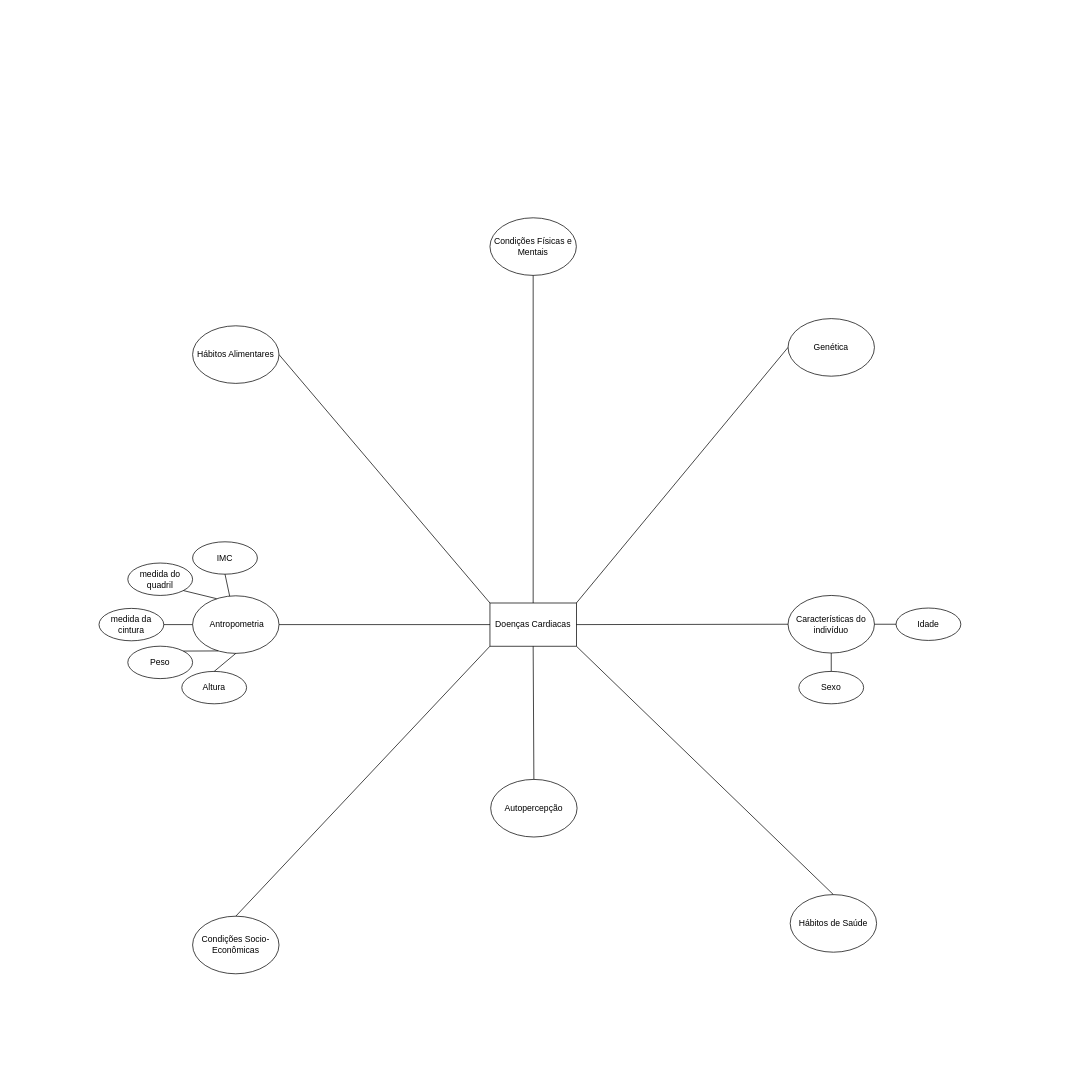
Above: Adicionais/Diagrama sem nome.drawio in lay127/MD_DoencasCardiacas (draw.io), before the change. Source tidied: cells renumbered, new cells numbered last; positions are measured from the earlier drawing's top-left corner, leaving out a move shared by most shapes. Both pictures are drawn from the tidied source at 72%, with x=0, y=0 at pixel (99, 217).
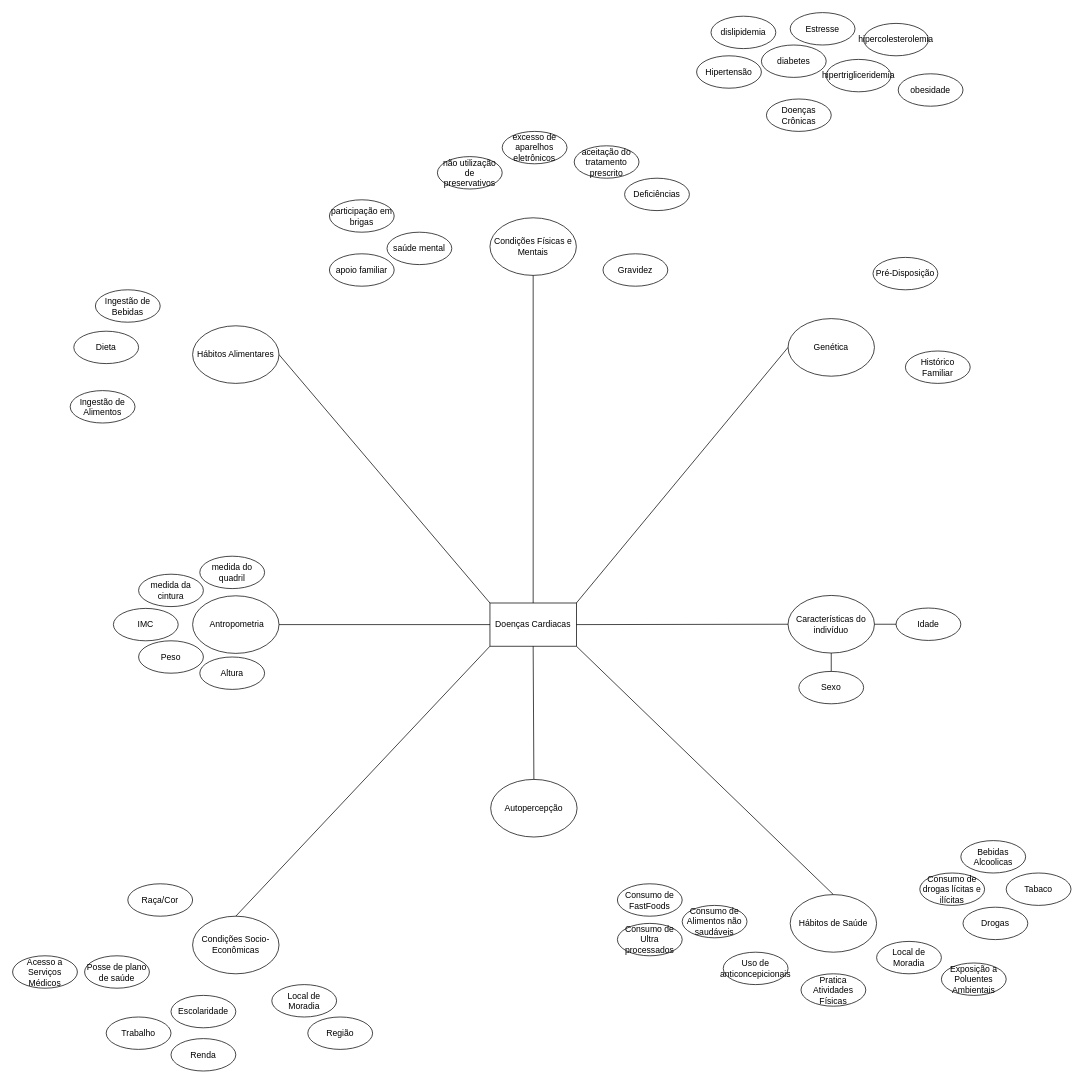
The same diagram, later.

What changed in the source:
```diff
@@
-    <mxCell id="2" value="Doenças Cardiacas" style="rounded=0;whiteSpace=wrap;html=1;" parent="1" vertex="1">
+    <mxCell id="2" value="Doenças Cardiacas" style="rounded=0;whiteSpace=wrap;html=1;fontStyle=0;" parent="1" vertex="1">
       <mxGeometry x="543" y="535" width="120" height="60" as="geometry" />
     </mxCell>
-    <mxCell id="3" value="&amp;nbsp;Antropometria" style="ellipse;whiteSpace=wrap;html=1;" parent="1" vertex="1">
+    <mxCell id="3" value="&amp;nbsp;Antropometria" style="ellipse;whiteSpace=wrap;html=1;fontStyle=0;" parent="1" vertex="1">
       <mxGeometry x="130" y="525" width="120" height="80" as="geometry" />
     </mxCell>
-    <mxCell id="4" value="Sexo" style="ellipse;whiteSpace=wrap;html=1;" parent="1" vertex="1">
+    <mxCell id="4" value="Sexo" style="ellipse;whiteSpace=wrap;html=1;fontStyle=0;" parent="1" vertex="1">
       <mxGeometry x="972" y="630" width="90" height="45" as="geometry" />
     </mxCell>
-    <mxCell id="5" value="Idade" style="ellipse;whiteSpace=wrap;html=1;" parent="1" vertex="1">
+    <mxCell id="5" value="Idade" style="ellipse;whiteSpace=wrap;html=1;fontStyle=0;" parent="1" vertex="1">
       <mxGeometry x="1107" y="542" width="90" height="45" as="geometry" />
     </mxCell>
-    <mxCell id="6" value="Peso" style="ellipse;whiteSpace=wrap;html=1;" parent="1" vertex="1">
-      <mxGeometry x="40" y="595" width="90" height="45" as="geometry" />
+    <mxCell id="6" value="Peso" style="ellipse;whiteSpace=wrap;html=1;fontStyle=0;" parent="1" vertex="1">
+      <mxGeometry x="55" y="587.5" width="90" height="45" as="geometry" />
     </mxCell>
-    <mxCell id="7" value="Altura" style="ellipse;whiteSpace=wrap;html=1;" parent="1" vertex="1">
-      <mxGeometry x="115" y="630" width="90" height="45" as="geometry" />
+    <mxCell id="7" value="Altura" style="ellipse;whiteSpace=wrap;html=1;fontStyle=0;" parent="1" vertex="1">
+      <mxGeometry x="140" y="610" width="90" height="45" as="geometry" />
     </mxCell>
-    <mxCell id="8" value="medida da cintura" style="ellipse;whiteSpace=wrap;html=1;" parent="1" vertex="1">
-      <mxGeometry y="542.5" width="90" height="45" as="geometry" />
+    <mxCell id="8" value="medida da cintura" style="ellipse;whiteSpace=wrap;html=1;fontStyle=0;" parent="1" vertex="1">
+      <mxGeometry x="55" y="495" width="90" height="45" as="geometry" />
     </mxCell>
-    <mxCell id="9" value="IMC" style="ellipse;whiteSpace=wrap;html=1;" parent="1" vertex="1">
-      <mxGeometry x="130" y="450" width="90" height="45" as="geometry" />
+    <mxCell id="9" value="IMC" style="ellipse;whiteSpace=wrap;html=1;fontStyle=0;" parent="1" vertex="1">
+      <mxGeometry x="20" y="542.5" width="90" height="45" as="geometry" />
     </mxCell>
-    <mxCell id="10" value="medida do quadril" style="ellipse;whiteSpace=wrap;html=1;" parent="1" vertex="1">
-      <mxGeometry x="40" y="479.5" width="90" height="45" as="geometry" />
+    <mxCell id="10" value="medida do quadril" style="ellipse;whiteSpace=wrap;html=1;fontStyle=0;" parent="1" vertex="1">
+      <mxGeometry x="140" y="470" width="90" height="45" as="geometry" />
     </mxCell>
-    <mxCell id="11" style="endArrow=none;html=1;rounded=0;entryX=0;entryY=0.5;entryDx=0;entryDy=0;exitX=1;exitY=0.5;exitDx=0;exitDy=0;" parent="1" edge="1" source="3" target="2">
+    <mxCell id="11" style="endArrow=none;html=1;rounded=0;entryX=0;entryY=0.5;entryDx=0;entryDy=0;exitX=1;exitY=0.5;exitDx=0;exitDy=0;fontStyle=0;" parent="1" edge="1" source="3" target="2">
       <mxGeometry relative="1" as="geometry" />
     </mxCell>
-    <mxCell id="12" style="endArrow=none;html=1;rounded=0;entryX=0.5;entryY=1;entryDx=0;entryDy=0;" parent="1" edge="1" source="3" target="9">
-      <mxGeometry relative="1" as="geometry" />
-    </mxCell>
-    <mxCell id="13" style="endArrow=none;html=1;rounded=0;entryX=1;entryY=1;entryDx=0;entryDy=0;exitX=0.278;exitY=0.05;exitDx=0;exitDy=0;exitPerimeter=0;" parent="1" edge="1" source="3" target="10">
-      <mxGeometry relative="1" as="geometry" />
-    </mxCell>
-    <mxCell id="14" style="endArrow=none;html=1;rounded=0;entryX=1;entryY=0.5;entryDx=0;entryDy=0;exitX=0;exitY=0.5;exitDx=0;exitDy=0;" parent="1" edge="1" source="3" target="8">
-      <mxGeometry relative="1" as="geometry" />
-    </mxCell>
-    <mxCell id="15" style="endArrow=none;html=1;rounded=0;entryX=0.5;entryY=0;entryDx=0;entryDy=0;exitX=0.5;exitY=1;exitDx=0;exitDy=0;" parent="1" edge="1" source="22" target="4">
+    <mxCell id="15" style="endArrow=none;html=1;rounded=0;entryX=0.5;entryY=0;entryDx=0;entryDy=0;exitX=0.5;exitY=1;exitDx=0;exitDy=0;fontStyle=0;" parent="1" edge="1" source="22" target="4">
       <mxGeometry relative="1" as="geometry" />
     </mxCell>
-    <mxCell id="16" style="endArrow=none;html=1;rounded=0;exitX=1;exitY=0;exitDx=0;exitDy=0;entryX=0.297;entryY=0.957;entryDx=0;entryDy=0;entryPerimeter=0;" parent="1" edge="1" source="6" target="3">
-      <mxGeometry relative="1" as="geometry" />
-    </mxCell>
-    <mxCell id="17" style="endArrow=none;html=1;rounded=0;exitX=0.5;exitY=0;exitDx=0;exitDy=0;entryX=0.5;entryY=1;entryDx=0;entryDy=0;" parent="1" edge="1" source="7" target="3">
-      <mxGeometry relative="1" as="geometry" />
-    </mxCell>
-    <mxCell id="18" value="Hábitos Alimentares" style="ellipse;whiteSpace=wrap;html=1;" parent="1" vertex="1">
+    <mxCell id="18" value="Hábitos Alimentares" style="ellipse;whiteSpace=wrap;html=1;fontStyle=0;" parent="1" vertex="1">
       <mxGeometry x="130" y="150" width="120" height="80" as="geometry" />
     </mxCell>
-    <mxCell id="19" style="endArrow=none;html=1;rounded=0;entryX=1;entryY=0.5;entryDx=0;entryDy=0;exitX=0;exitY=0;exitDx=0;exitDy=0;" parent="1" edge="1" source="2" target="18">
+    <mxCell id="19" style="endArrow=none;html=1;rounded=0;entryX=1;entryY=0.5;entryDx=0;entryDy=0;exitX=0;exitY=0;exitDx=0;exitDy=0;fontStyle=0;" parent="1" edge="1" source="2" target="18">
       <mxGeometry relative="1" as="geometry" />
     </mxCell>
-    <mxCell id="20" value="Condições Físicas e Mentais" style="ellipse;whiteSpace=wrap;html=1;" parent="1" vertex="1">
+    <mxCell id="20" value="Condições Físicas e Mentais" style="ellipse;whiteSpace=wrap;html=1;fontStyle=0;" parent="1" vertex="1">
       <mxGeometry x="543" width="120" height="80" as="geometry" />
     </mxCell>
-    <mxCell id="21" value="Genética" style="ellipse;whiteSpace=wrap;html=1;" parent="1" vertex="1">
+    <mxCell id="21" value="Genética" style="ellipse;whiteSpace=wrap;html=1;fontStyle=0;" parent="1" vertex="1">
       <mxGeometry x="957" y="140" width="120" height="80" as="geometry" />
     </mxCell>
-    <mxCell id="22" value="Características do indivíduo" style="ellipse;whiteSpace=wrap;html=1;" parent="1" vertex="1">
+    <mxCell id="22" value="Características do indivíduo" style="ellipse;whiteSpace=wrap;html=1;fontStyle=0;" parent="1" vertex="1">
       <mxGeometry x="957" y="524.5" width="120" height="80" as="geometry" />
     </mxCell>
-    <mxCell id="23" value="Hábitos de Saúde" style="ellipse;whiteSpace=wrap;html=1;" parent="1" vertex="1">
+    <mxCell id="23" value="Hábitos de Saúde" style="ellipse;whiteSpace=wrap;html=1;fontStyle=0;" parent="1" vertex="1">
       <mxGeometry x="960" y="940" width="120" height="80" as="geometry" />
     </mxCell>
-    <mxCell id="24" value="Condições Socio-Econômicas" style="ellipse;whiteSpace=wrap;html=1;" parent="1" vertex="1">
+    <mxCell id="24" value="Condições Socio-Econômicas" style="ellipse;whiteSpace=wrap;html=1;fontStyle=0;" parent="1" vertex="1">
       <mxGeometry x="130" y="970" width="120" height="80" as="geometry" />
     </mxCell>
-    <mxCell id="25" style="endArrow=none;html=1;rounded=0;entryX=0;entryY=1;entryDx=0;entryDy=0;exitX=0.5;exitY=0;exitDx=0;exitDy=0;" parent="1" edge="1" source="24" target="2">
+    <mxCell id="25" style="endArrow=none;html=1;rounded=0;entryX=0;entryY=1;entryDx=0;entryDy=0;exitX=0.5;exitY=0;exitDx=0;exitDy=0;fontStyle=0;" parent="1" edge="1" source="24" target="2">
       <mxGeometry relative="1" as="geometry" />
     </mxCell>
-    <mxCell id="26" style="endArrow=none;html=1;rounded=0;entryX=0.5;entryY=1;entryDx=0;entryDy=0;exitX=0.5;exitY=0;exitDx=0;exitDy=0;" parent="1" edge="1" source="2" target="20">
+    <mxCell id="26" style="endArrow=none;html=1;rounded=0;entryX=0.5;entryY=1;entryDx=0;entryDy=0;exitX=0.5;exitY=0;exitDx=0;exitDy=0;fontStyle=0;" parent="1" edge="1" source="2" target="20">
       <mxGeometry relative="1" as="geometry" />
     </mxCell>
-    <mxCell id="27" style="endArrow=none;html=1;rounded=0;entryX=1;entryY=1;entryDx=0;entryDy=0;exitX=0.5;exitY=0;exitDx=0;exitDy=0;" parent="1" edge="1" source="23" target="2">
+    <mxCell id="27" style="endArrow=none;html=1;rounded=0;entryX=1;entryY=1;entryDx=0;entryDy=0;exitX=0.5;exitY=0;exitDx=0;exitDy=0;fontStyle=0;" parent="1" edge="1" source="23" target="2">
       <mxGeometry relative="1" as="geometry" />
     </mxCell>
-    <mxCell id="28" style="endArrow=none;html=1;rounded=0;entryX=1;entryY=0.5;entryDx=0;entryDy=0;exitX=0;exitY=0.5;exitDx=0;exitDy=0;" parent="1" edge="1" source="22" target="2">
+    <mxCell id="28" style="endArrow=none;html=1;rounded=0;entryX=1;entryY=0.5;entryDx=0;entryDy=0;exitX=0;exitY=0.5;exitDx=0;exitDy=0;fontStyle=0;" parent="1" edge="1" source="22" target="2">
       <mxGeometry relative="1" as="geometry" />
     </mxCell>
-    <mxCell id="29" style="endArrow=none;html=1;rounded=0;entryX=1;entryY=0.5;entryDx=0;entryDy=0;exitX=0;exitY=0.5;exitDx=0;exitDy=0;" parent="1" edge="1" source="5" target="22">
+    <mxCell id="29" style="endArrow=none;html=1;rounded=0;entryX=1;entryY=0.5;entryDx=0;entryDy=0;exitX=0;exitY=0.5;exitDx=0;exitDy=0;fontStyle=0;" parent="1" edge="1" source="5" target="22">
       <mxGeometry relative="1" as="geometry" />
     </mxCell>
-    <mxCell id="30" style="endArrow=none;html=1;rounded=0;entryX=0;entryY=0.5;entryDx=0;entryDy=0;exitX=1;exitY=0;exitDx=0;exitDy=0;" parent="1" edge="1" source="2" target="21">
+    <mxCell id="30" style="endArrow=none;html=1;rounded=0;entryX=0;entryY=0.5;entryDx=0;entryDy=0;exitX=1;exitY=0;exitDx=0;exitDy=0;fontStyle=0;" parent="1" edge="1" source="2" target="21">
       <mxGeometry relative="1" as="geometry" />
     </mxCell>
-    <mxCell id="31" value="Autopercepção" style="ellipse;whiteSpace=wrap;html=1;" parent="1" vertex="1">
+    <mxCell id="31" value="Autopercepção" style="ellipse;whiteSpace=wrap;html=1;fontStyle=0;" parent="1" vertex="1">
       <mxGeometry x="544" y="780" width="120" height="80" as="geometry" />
     </mxCell>
-    <mxCell id="32" style="endArrow=none;html=1;rounded=0;entryX=0.5;entryY=1;entryDx=0;entryDy=0;exitX=0.5;exitY=0;exitDx=0;exitDy=0;" parent="1" edge="1" source="31" target="2">
+    <mxCell id="32" style="endArrow=none;html=1;rounded=0;entryX=0.5;entryY=1;entryDx=0;entryDy=0;exitX=0.5;exitY=0;exitDx=0;exitDy=0;fontStyle=0;" parent="1" edge="1" source="31" target="2">
       <mxGeometry relative="1" as="geometry" />
     </mxCell>
+    <mxCell id="33" value="Escolaridade" style="ellipse;whiteSpace=wrap;html=1;fontStyle=0;" parent="1" vertex="1">
+      <mxGeometry x="100" y="1080" width="90" height="45" as="geometry" />
+    </mxCell>
+    <mxCell id="34" value="Região" style="ellipse;whiteSpace=wrap;html=1;fontStyle=0;" parent="1" vertex="1">
+      <mxGeometry x="290" y="1110" width="90" height="45" as="geometry" />
+    </mxCell>
+    <mxCell id="35" value="Renda" style="ellipse;whiteSpace=wrap;html=1;fontStyle=0;" parent="1" vertex="1">
+      <mxGeometry x="100" y="1140" width="90" height="45" as="geometry" />
+    </mxCell>
+    <mxCell id="36" value="Raça/Cor" style="ellipse;whiteSpace=wrap;html=1;fontStyle=0;" parent="1" vertex="1">
+      <mxGeometry x="40" y="925" width="90" height="45" as="geometry" />
+    </mxCell>
+    <mxCell id="37" value="Posse de plano de saúde" style="ellipse;whiteSpace=wrap;html=1;fontStyle=0;" parent="1" vertex="1">
+      <mxGeometry x="-20" y="1025" width="90" height="45" as="geometry" />
+    </mxCell>
+    <mxCell id="38" value="Trabalho" style="ellipse;whiteSpace=wrap;html=1;fontStyle=0;" parent="1" vertex="1">
+      <mxGeometry x="10" y="1110" width="90" height="45" as="geometry" />
+    </mxCell>
+    <mxCell id="39" value="Local de Moradia" style="ellipse;whiteSpace=wrap;html=1;fontStyle=0;" parent="1" vertex="1">
+      <mxGeometry x="240" y="1065" width="90" height="45" as="geometry" />
+    </mxCell>
+    <mxCell id="40" value="Acesso a Serviços Médicos" style="ellipse;whiteSpace=wrap;html=1;fontStyle=0;" parent="1" vertex="1">
+      <mxGeometry x="-120" y="1025" width="90" height="45" as="geometry" />
+    </mxCell>
+    <mxCell id="41" value="Consumo de drogas lícitas e ilícitas" style="ellipse;whiteSpace=wrap;html=1;fontStyle=0;" parent="1" vertex="1">
+      <mxGeometry x="1140" y="910" width="90" height="45" as="geometry" />
+    </mxCell>
+    <mxCell id="42" value="Bebidas Alcoolicas" style="ellipse;whiteSpace=wrap;html=1;fontStyle=0;" parent="1" vertex="1">
+      <mxGeometry x="1197" y="865" width="90" height="45" as="geometry" />
+    </mxCell>
+    <mxCell id="43" value="Drogas" style="ellipse;whiteSpace=wrap;html=1;fontStyle=0;" parent="1" vertex="1">
+      <mxGeometry x="1200" y="957.5" width="90" height="45" as="geometry" />
+    </mxCell>
+    <mxCell id="44" value="Pratica Atividades Físicas" style="ellipse;whiteSpace=wrap;html=1;fontStyle=0;" parent="1" vertex="1">
+      <mxGeometry x="975" y="1050" width="90" height="45" as="geometry" />
+    </mxCell>
+    <mxCell id="45" value="&lt;span class=&quot;notion-enable-hover&quot; style=&quot;&quot;&gt;Exposição a Poluentes Ambientais&lt;/span&gt;" style="ellipse;whiteSpace=wrap;html=1;fontStyle=0;" parent="1" vertex="1">
+      <mxGeometry x="1170" y="1035" width="90" height="45" as="geometry" />
+    </mxCell>
+    <mxCell id="46" value="Consumo de Ultra processados" style="ellipse;whiteSpace=wrap;html=1;fontStyle=0;" parent="1" vertex="1">
+      <mxGeometry x="720" y="980" width="90" height="45" as="geometry" />
+    </mxCell>
+    <mxCell id="47" value="Tabaco" style="ellipse;whiteSpace=wrap;html=1;fontStyle=0;" parent="1" vertex="1">
+      <mxGeometry x="1260" y="910" width="90" height="45" as="geometry" />
+    </mxCell>
+    <mxCell id="48" value="Local de Moradia" style="ellipse;whiteSpace=wrap;html=1;fontStyle=0;" parent="1" vertex="1">
+      <mxGeometry x="1080" y="1005" width="90" height="45" as="geometry" />
+    </mxCell>
+    <mxCell id="49" value="Uso de anticoncepicionais" style="ellipse;whiteSpace=wrap;html=1;fontStyle=0;" parent="1" vertex="1">
+      <mxGeometry x="867" y="1020" width="90" height="45" as="geometry" />
+    </mxCell>
+    <mxCell id="50" value="Dieta" style="ellipse;whiteSpace=wrap;html=1;fontStyle=0;" parent="1" vertex="1">
+      <mxGeometry x="-35" y="157.5" width="90" height="45" as="geometry" />
+    </mxCell>
+    <mxCell id="51" value="participação em brigas" style="ellipse;whiteSpace=wrap;html=1;fontStyle=0;" parent="1" vertex="1">
+      <mxGeometry x="320" y="-25" width="90" height="45" as="geometry" />
+    </mxCell>
+    <mxCell id="52" value="Ingestão de Alimentos" style="ellipse;whiteSpace=wrap;html=1;fontStyle=0;" parent="1" vertex="1">
+      <mxGeometry x="-40" y="240" width="90" height="45" as="geometry" />
+    </mxCell>
+    <mxCell id="53" value="apoio familiar" style="ellipse;whiteSpace=wrap;html=1;fontStyle=0;" parent="1" vertex="1">
+      <mxGeometry x="320" y="50" width="90" height="45" as="geometry" />
+    </mxCell>
+    <mxCell id="54" value="não utilização de preservativos" style="ellipse;whiteSpace=wrap;html=1;fontStyle=0;" parent="1" vertex="1">
+      <mxGeometry x="470" y="-85" width="90" height="45" as="geometry" />
+    </mxCell>
+    <mxCell id="55" value="Ingestão de Bebidas" style="ellipse;whiteSpace=wrap;html=1;fontStyle=0;" parent="1" vertex="1">
+      <mxGeometry x="-5" y="100" width="90" height="45" as="geometry" />
+    </mxCell>
+    <mxCell id="56" value="saúde mental" style="ellipse;whiteSpace=wrap;html=1;fontStyle=0;" parent="1" vertex="1">
+      <mxGeometry x="400" y="20" width="90" height="45" as="geometry" />
+    </mxCell>
+    <mxCell id="57" value="Hipertensão" style="ellipse;whiteSpace=wrap;html=1;fontStyle=0;" parent="1" vertex="1">
+      <mxGeometry x="830" y="-225" width="90" height="45" as="geometry" />
+    </mxCell>
+    <mxCell id="58" value="Deficiências" style="ellipse;whiteSpace=wrap;html=1;fontStyle=0;" parent="1" vertex="1">
+      <mxGeometry x="730" y="-55" width="90" height="45" as="geometry" />
+    </mxCell>
+    <mxCell id="59" value="aceitação do tratamento prescrito" style="ellipse;whiteSpace=wrap;html=1;fontStyle=0;" parent="1" vertex="1">
+      <mxGeometry x="660" y="-100" width="90" height="45" as="geometry" />
+    </mxCell>
+    <mxCell id="60" value="excesso de aparelhos eletrônicos" style="ellipse;whiteSpace=wrap;html=1;fontStyle=0;" parent="1" vertex="1">
+      <mxGeometry x="560" y="-120" width="90" height="45" as="geometry" />
+    </mxCell>
+    <mxCell id="61" value="Gravidez" style="ellipse;whiteSpace=wrap;html=1;fontStyle=0;" parent="1" vertex="1">
+      <mxGeometry x="700" y="50" width="90" height="45" as="geometry" />
+    </mxCell>
+    <mxCell id="62" value="Histórico Familiar" style="ellipse;whiteSpace=wrap;html=1;fontStyle=0;" parent="1" vertex="1">
+      <mxGeometry x="1120" y="185" width="90" height="45" as="geometry" />
+    </mxCell>
+    <mxCell id="63" value="Pré-Disposição" style="ellipse;whiteSpace=wrap;html=1;fontStyle=0;" parent="1" vertex="1">
+      <mxGeometry x="1075" y="55" width="90" height="45" as="geometry" />
+    </mxCell>
+    <mxCell id="64" value="Doenças Crônicas" style="ellipse;whiteSpace=wrap;html=1;fontStyle=0;" parent="1" vertex="1">
+      <mxGeometry x="927" y="-165" width="90" height="45" as="geometry" />
+    </mxCell>
+    <mxCell id="65" value="Estresse" style="ellipse;whiteSpace=wrap;html=1;fontStyle=0;" parent="1" vertex="1">
+      <mxGeometry x="960" y="-285" width="90" height="45" as="geometry" />
+    </mxCell>
+    <mxCell id="66" value="&lt;span class=&quot;notion-enable-hover&quot; style=&quot;&quot;&gt;dislipidemia&lt;/span&gt;" style="ellipse;whiteSpace=wrap;html=1;fontStyle=0;" parent="1" vertex="1">
+      <mxGeometry x="850" y="-280" width="90" height="45" as="geometry" />
+    </mxCell>
+    <mxCell id="67" value="&lt;span class=&quot;notion-enable-hover&quot; style=&quot;&quot;&gt;hipertrigliceridemia&lt;/span&gt;" style="ellipse;whiteSpace=wrap;html=1;fontStyle=0;" parent="1" vertex="1">
+      <mxGeometry x="1010" y="-220" width="90" height="45" as="geometry" />
+    </mxCell>
+    <mxCell id="68" value="&lt;span class=&quot;notion-enable-hover&quot; style=&quot;&quot;&gt;hipercolesterolemia&lt;/span&gt;" style="ellipse;whiteSpace=wrap;html=1;fontStyle=0;" parent="1" vertex="1">
+      <mxGeometry x="1062" y="-270" width="90" height="45" as="geometry" />
+    </mxCell>
+    <mxCell id="69" value="&lt;span class=&quot;notion-enable-hover&quot; style=&quot;&quot;&gt;obesidade&lt;/span&gt;" style="ellipse;whiteSpace=wrap;html=1;fontStyle=0;" parent="1" vertex="1">
+      <mxGeometry x="1110" y="-200" width="90" height="45" as="geometry" />
+    </mxCell>
+    <mxCell id="70" value="&lt;span class=&quot;notion-enable-hover&quot; style=&quot;&quot;&gt;diabetes&lt;/span&gt;" style="ellipse;whiteSpace=wrap;html=1;fontStyle=0;" parent="1" vertex="1">
+      <mxGeometry x="920" y="-240" width="90" height="45" as="geometry" />
+    </mxCell>
+    <mxCell id="71" value="Consumo de FastFoods" style="ellipse;whiteSpace=wrap;html=1;fontStyle=0;" parent="1" vertex="1">
+      <mxGeometry x="720" y="925" width="90" height="45" as="geometry" />
+    </mxCell>
+    <mxCell id="72" value="Consumo de Alimentos não saudáveis" style="ellipse;whiteSpace=wrap;html=1;fontStyle=0;" parent="1" vertex="1">
+      <mxGeometry x="810" y="955" width="90" height="45" as="geometry" />
+    </mxCell>
```
